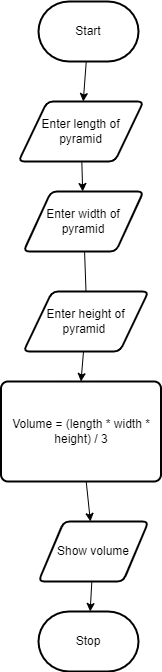
Before: design/flow-chart.png, a diagram exported from draw.io (Liya-Getachew/ICS2O-Unit3-02-JS). Source tidied: cells renumbered, new cells last; positions are measured from the earlier drawing's top-left corner, leaving out a move shared by most shapes. The source it was exported from:
```xml
<mxGraphModel>
  <root>
    <mxCell id="0" />
    <mxCell id="1" parent="0" />
    <mxCell id="2" style="edgeStyle=none;html=1;" parent="1" edge="1" source="3" target="5">
      <mxGeometry relative="1" as="geometry" />
    </mxCell>
    <mxCell id="3" value="Start" style="strokeWidth=2;html=1;shape=mxgraph.flowchart.terminator;whiteSpace=wrap;" parent="1" vertex="1">
      <mxGeometry x="38" width="100" height="60" as="geometry" />
    </mxCell>
    <mxCell id="4" style="edgeStyle=none;html=1;" parent="1" edge="1" source="5" target="12">
      <mxGeometry relative="1" as="geometry" />
    </mxCell>
    <mxCell id="5" value="Enter length of pyramid" style="shape=parallelogram;html=1;strokeWidth=2;perimeter=parallelogramPerimeter;whiteSpace=wrap;rounded=1;arcSize=12;size=0.23;" parent="1" vertex="1">
      <mxGeometry x="18" y="100" width="125" height="60" as="geometry" />
    </mxCell>
    <mxCell id="6" style="edgeStyle=none;html=1;" parent="1" edge="1" source="7" target="9">
      <mxGeometry relative="1" as="geometry" />
    </mxCell>
    <mxCell id="7" value="Volume = (length * width * height) / 3" style="rounded=1;whiteSpace=wrap;html=1;absoluteArcSize=1;arcSize=14;strokeWidth=2;" parent="1" vertex="1">
      <mxGeometry x="0.5" y="380" width="160" height="100" as="geometry" />
    </mxCell>
    <mxCell id="8" style="edgeStyle=none;html=1;" parent="1" edge="1" source="9" target="10">
      <mxGeometry relative="1" as="geometry" />
    </mxCell>
    <mxCell id="9" value="Show volume" style="shape=parallelogram;html=1;strokeWidth=2;perimeter=parallelogramPerimeter;whiteSpace=wrap;rounded=1;arcSize=12;size=0.23;" parent="1" vertex="1">
      <mxGeometry x="38" y="520" width="110" height="60" as="geometry" />
    </mxCell>
    <mxCell id="10" value="Stop" style="strokeWidth=2;html=1;shape=mxgraph.flowchart.terminator;whiteSpace=wrap;" parent="1" vertex="1">
      <mxGeometry x="38" y="610" width="100" height="60" as="geometry" />
    </mxCell>
    <mxCell id="11" style="edgeStyle=none;html=1;entryX=0.5;entryY=0;entryDx=0;entryDy=0;startArrow=none;" parent="1" edge="1" source="13" target="7">
      <mxGeometry relative="1" as="geometry" />
    </mxCell>
    <mxCell id="12" value="Enter width of pyramid" style="shape=parallelogram;html=1;strokeWidth=2;perimeter=parallelogramPerimeter;whiteSpace=wrap;rounded=1;arcSize=12;size=0.23;" parent="1" vertex="1">
      <mxGeometry x="23" y="190" width="120" height="60" as="geometry" />
    </mxCell>
    <mxCell id="13" value="Enter height of pyramid&amp;nbsp;" style="shape=parallelogram;html=1;strokeWidth=2;perimeter=parallelogramPerimeter;whiteSpace=wrap;rounded=1;arcSize=12;size=0.23;" parent="1" vertex="1">
      <mxGeometry x="23" y="290" width="125" height="60" as="geometry" />
    </mxCell>
    <mxCell id="14" style="edgeStyle=none;html=1;entryX=0.5;entryY=0;entryDx=0;entryDy=0;endArrow=none;" parent="1" edge="1" source="12" target="13">
      <mxGeometry relative="1" as="geometry" />
    </mxCell>
  </root>
</mxGraphModel>
```
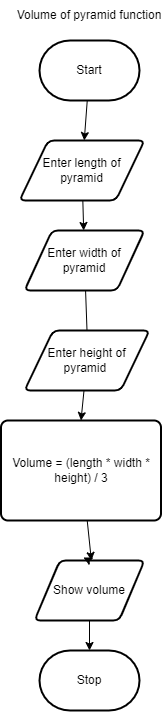
Above is the later version.

Commit message:
edit chart and board

Diff of the diagram source:
```diff
@@ -14,17 +14,20 @@
     <mxCell id="5" value="Enter length of pyramid" style="shape=parallelogram;html=1;strokeWidth=2;perimeter=parallelogramPerimeter;whiteSpace=wrap;rounded=1;arcSize=12;size=0.23;" parent="1" vertex="1">
       <mxGeometry x="18" y="100" width="125" height="60" as="geometry" />
     </mxCell>
-    <mxCell id="6" style="edgeStyle=none;html=1;" parent="1" edge="1" source="7" target="9">
-      <mxGeometry relative="1" as="geometry" />
+    <mxCell id="6" style="edgeStyle=none;html=1;" parent="1" edge="1">
+      <mxGeometry relative="1" as="geometry">
+        <mxPoint x="85.7" y="480" as="sourcePoint" />
+        <mxPoint x="89.9" y="520" as="targetPoint" />
+      </mxGeometry>
     </mxCell>
     <mxCell id="7" value="Volume = (length * width * height) / 3" style="rounded=1;whiteSpace=wrap;html=1;absoluteArcSize=1;arcSize=14;strokeWidth=2;" parent="1" vertex="1">
-      <mxGeometry x="0.5" y="380" width="160" height="100" as="geometry" />
+      <mxGeometry x="-0.5" y="380" width="160" height="100" as="geometry" />
     </mxCell>
     <mxCell id="8" style="edgeStyle=none;html=1;" parent="1" edge="1" source="9" target="10">
       <mxGeometry relative="1" as="geometry" />
     </mxCell>
     <mxCell id="9" value="Show volume" style="shape=parallelogram;html=1;strokeWidth=2;perimeter=parallelogramPerimeter;whiteSpace=wrap;rounded=1;arcSize=12;size=0.23;" parent="1" vertex="1">
-      <mxGeometry x="38" y="520" width="110" height="60" as="geometry" />
+      <mxGeometry x="33" y="520" width="110" height="60" as="geometry" />
     </mxCell>
     <mxCell id="10" value="Stop" style="strokeWidth=2;html=1;shape=mxgraph.flowchart.terminator;whiteSpace=wrap;" parent="1" vertex="1">
       <mxGeometry x="38" y="610" width="100" height="60" as="geometry" />
@@ -41,5 +44,11 @@
     <mxCell id="14" style="edgeStyle=none;html=1;entryX=0.5;entryY=0;entryDx=0;entryDy=0;endArrow=none;" parent="1" edge="1" source="12" target="13">
       <mxGeometry relative="1" as="geometry" />
     </mxCell>
+    <mxCell id="15" value="Volume of pyramid function" style="text;html=1;strokeColor=none;fillColor=none;align=center;verticalAlign=middle;whiteSpace=wrap;rounded=0;" parent="1" vertex="1">
+      <mxGeometry x="13.5" y="-40" width="147.5" height="30" as="geometry" />
+    </mxCell>
+    <mxCell id="16" style="edgeStyle=none;html=1;exitX=0.5;exitY=0;exitDx=0;exitDy=0;entryX=0.445;entryY=-0.05;entryDx=0;entryDy=0;entryPerimeter=0;" parent="1" edge="1" source="9" target="9">
+      <mxGeometry relative="1" as="geometry" />
+    </mxCell>
   </root>
 </mxGraphModel>
```
